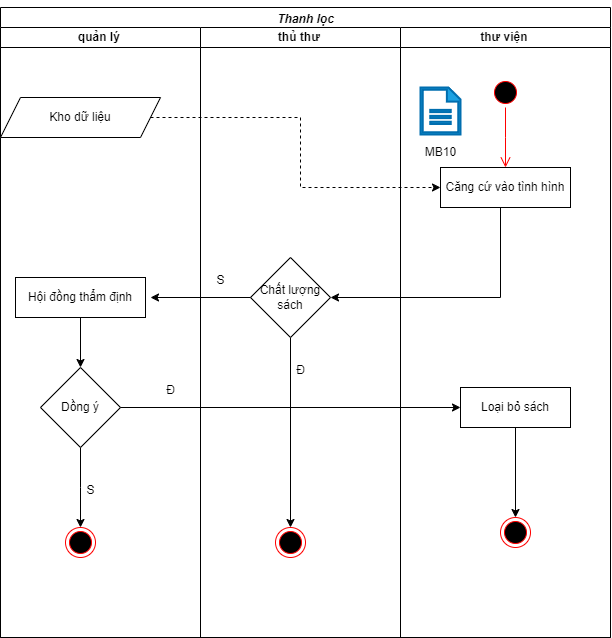
Earlier version of the draw.io export bài tap lớn/Biểu đồ hoạt động-Thanh lọc.drawio.png (vqh17062001/PTTKHT). Source tidied: cells renumbered, new cells last; positions are measured from the earlier drawing's top-left corner, leaving out a move shared by most shapes.
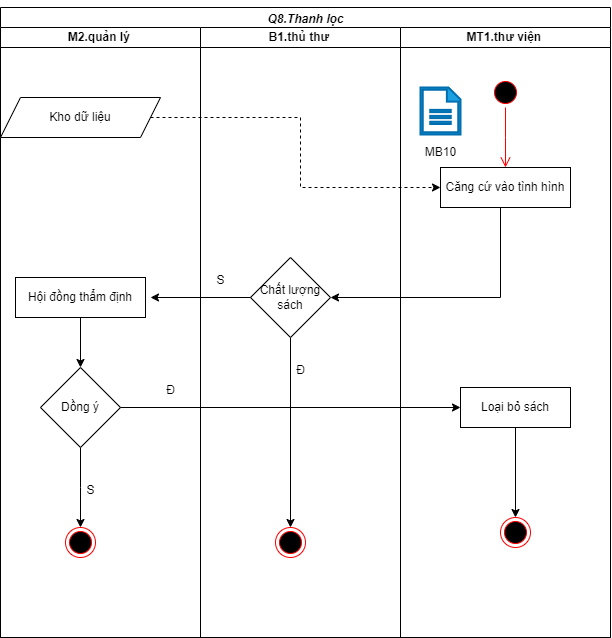
Above is the later version.

Diff of the diagram source:
```diff
@@ -2,10 +2,10 @@
   <root>
     <mxCell id="0" />
     <mxCell id="1" parent="0" />
-    <mxCell id="2" value="&lt;p style=&quot;margin-bottom:6.0pt;mso-add-space:auto&quot; class=&quot;MsoListParagraph&quot;&gt;&lt;b&gt;&lt;i&gt;Thanh lọc&lt;/i&gt;&lt;/b&gt;&lt;/p&gt;" style="swimlane;startSize=20;html=1;" parent="1" vertex="1">
+    <mxCell id="2" value="&lt;p style=&quot;margin-bottom:6.0pt;mso-add-space:auto&quot; class=&quot;MsoListParagraph&quot;&gt;&lt;b&gt;&lt;i&gt;Q8.Thanh lọc&lt;/i&gt;&lt;/b&gt;&lt;/p&gt;" style="swimlane;startSize=20;html=1;" parent="1" vertex="1">
       <mxGeometry width="610" height="630" as="geometry" />
     </mxCell>
-    <mxCell id="3" value="&lt;b&gt;quản lý&amp;nbsp;&lt;/b&gt;" style="swimlane;startSize=20;html=1;" parent="2" vertex="1">
+    <mxCell id="3" value="&lt;b&gt;M2.quản lý&amp;nbsp;&lt;/b&gt;" style="swimlane;startSize=20;html=1;" parent="2" vertex="1">
       <mxGeometry y="20" width="200" height="610" as="geometry" />
     </mxCell>
     <mxCell id="4" value="Kho dữ liệu" style="shape=parallelogram;perimeter=parallelogramPerimeter;whiteSpace=wrap;html=1;fixedSize=1;" parent="3" vertex="1">
@@ -28,7 +28,7 @@
     <mxCell id="9" style="ellipse;html=1;shape=endState;fillColor=#000000;strokeColor=#ff0000;" parent="3" vertex="1">
       <mxGeometry x="65" y="500" width="30" height="30" as="geometry" />
     </mxCell>
-    <mxCell id="10" value="&lt;b&gt;thủ thư&amp;nbsp;&lt;/b&gt;" style="swimlane;startSize=20;html=1;" parent="2" vertex="1">
+    <mxCell id="10" value="&lt;b&gt;B1.thủ thư&amp;nbsp;&lt;/b&gt;" style="swimlane;startSize=20;html=1;" parent="2" vertex="1">
       <mxGeometry x="200" y="20" width="200" height="610" as="geometry" />
     </mxCell>
     <mxCell id="11" style="edgeStyle=orthogonalEdgeStyle;rounded=0;jettySize=auto;html=1;entryX=0.5;entryY=0;entryDx=0;entryDy=0;" parent="10" edge="1" source="12" target="13">
@@ -40,7 +40,7 @@
     <mxCell id="13" style="ellipse;html=1;shape=endState;fillColor=#000000;strokeColor=#ff0000;" parent="10" vertex="1">
       <mxGeometry x="75" y="500" width="30" height="30" as="geometry" />
     </mxCell>
-    <mxCell id="14" value="&lt;b&gt;thư viện&amp;nbsp;&lt;/b&gt;" style="swimlane;startSize=20;html=1;" parent="2" vertex="1">
+    <mxCell id="14" value="&lt;b&gt;MT1.thư viện&amp;nbsp;&lt;/b&gt;" style="swimlane;startSize=20;html=1;" parent="2" vertex="1">
       <mxGeometry x="400" y="20" width="210" height="610" as="geometry" />
     </mxCell>
     <mxCell id="15" value="Căng cứ vào tình hình" style="rounded=0;whiteSpace=wrap;html=1;" parent="14" vertex="1">
```
